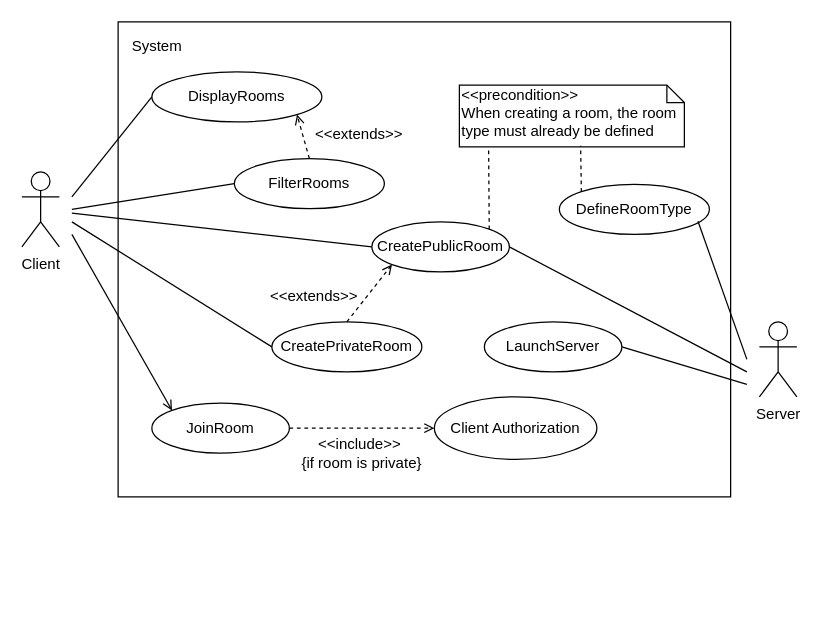
StefanoSalvatori/PPS-18-scala-omg keeps this draw.io diagram as doc/system-use_cases.drawio. Above is the earlier version. Source tidied: cells renumbered, new cells numbered last; positions are measured from the earlier drawing's top-left corner, leaving out a move shared by most shapes. Both pictures are drawn from the tidied source at 125%, with x=0, y=0 at pixel (21, 21).
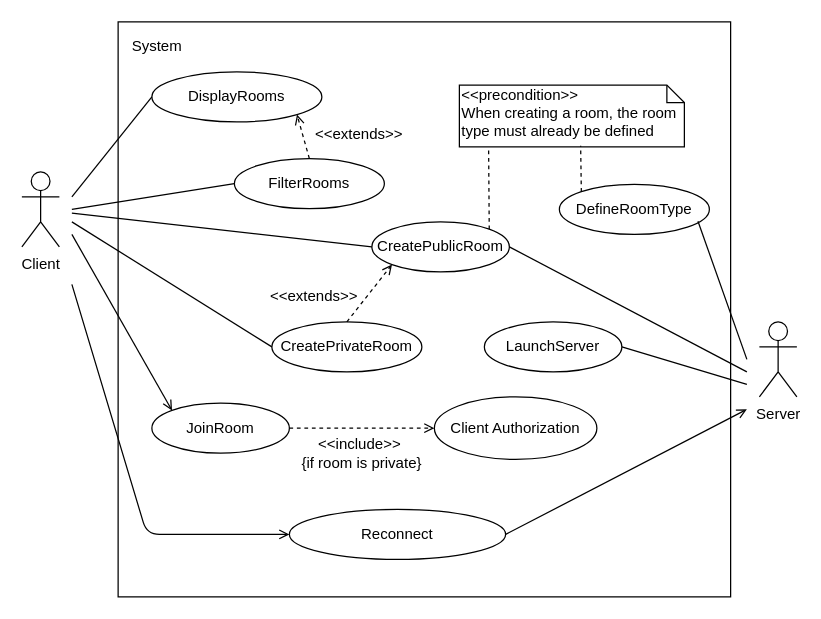
After the change.

What changed in the source:
```diff
@@
     <mxCell id="2" style="rounded=0;whiteSpace=wrap;html=1;fillColor=none;" parent="1" vertex="1">
-      <mxGeometry x="77" width="490" height="380" as="geometry" />
+      <mxGeometry x="77" width="490" height="460" as="geometry" />
     </mxCell>
@@
+    <mxCell id="31" value="Reconnect" style="ellipse;whiteSpace=wrap;html=1;" parent="1" vertex="1">
+      <mxGeometry x="214" y="390" width="173" height="40" as="geometry" />
+    </mxCell>
+    <mxCell id="32" style="endArrow=open;html=1;endFill=0;entryX=0;entryY=0.5;entryDx=0;entryDy=0;" parent="1" edge="1" target="31">
+      <mxGeometry relative="1" as="geometry">
+        <mxPoint x="40" y="210" as="sourcePoint" />
+        <Array as="points">
+          <mxPoint x="100" y="410" />
+        </Array>
+      </mxGeometry>
+    </mxCell>
+    <mxCell id="33" style="endArrow=open;html=1;exitX=1;exitY=0.5;exitDx=0;exitDy=0;endFill=0;" parent="1" edge="1" source="31">
+      <mxGeometry relative="1" as="geometry">
+        <mxPoint x="580" y="310" as="targetPoint" />
+      </mxGeometry>
+    </mxCell>
```
